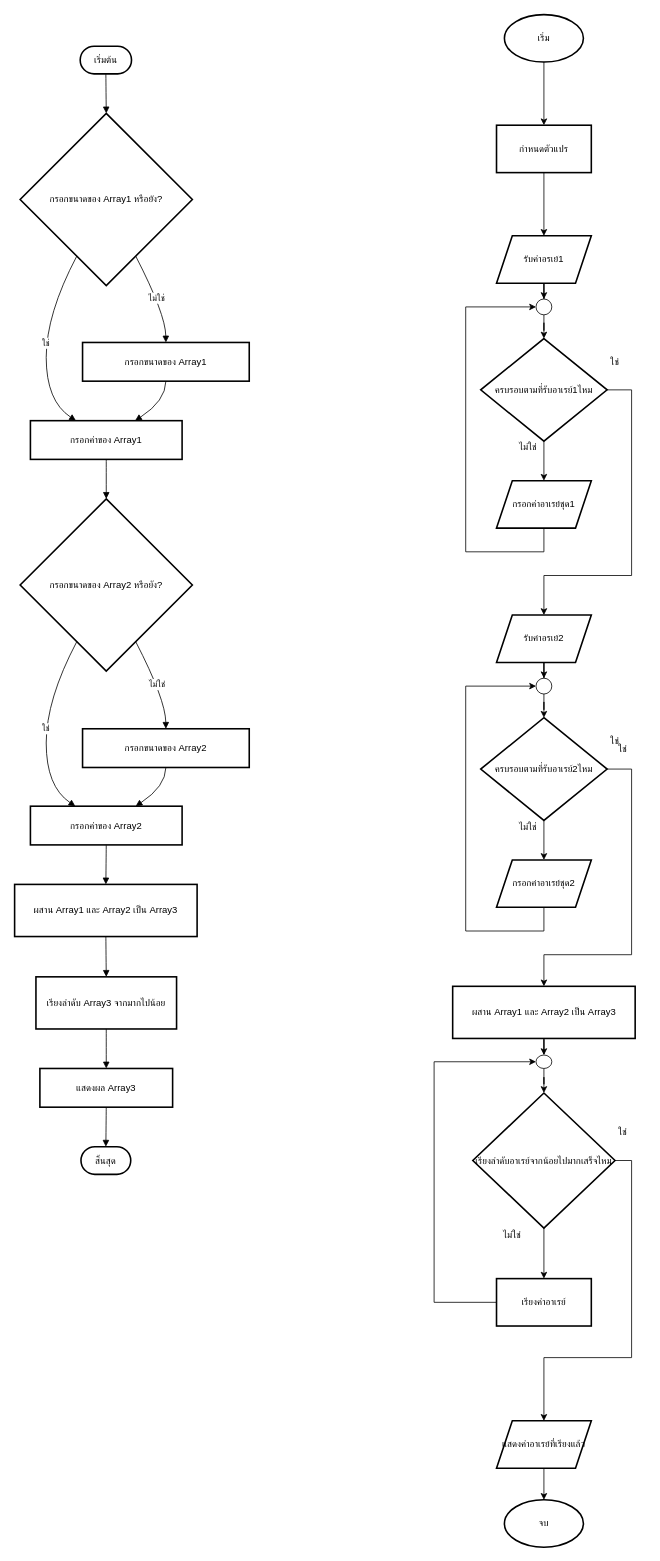
khowtung/ENGCE117 keeps this draw.io diagram as HW/HW09/HW096/HW096.drawio. Above is the earlier version. Source tidied: cells renumbered, new cells numbered last; positions are measured from the earlier drawing's top-left corner, leaving out a move shared by most shapes. Both pictures are drawn from the tidied source at 79%, with x=0, y=0 at pixel (14, 14).
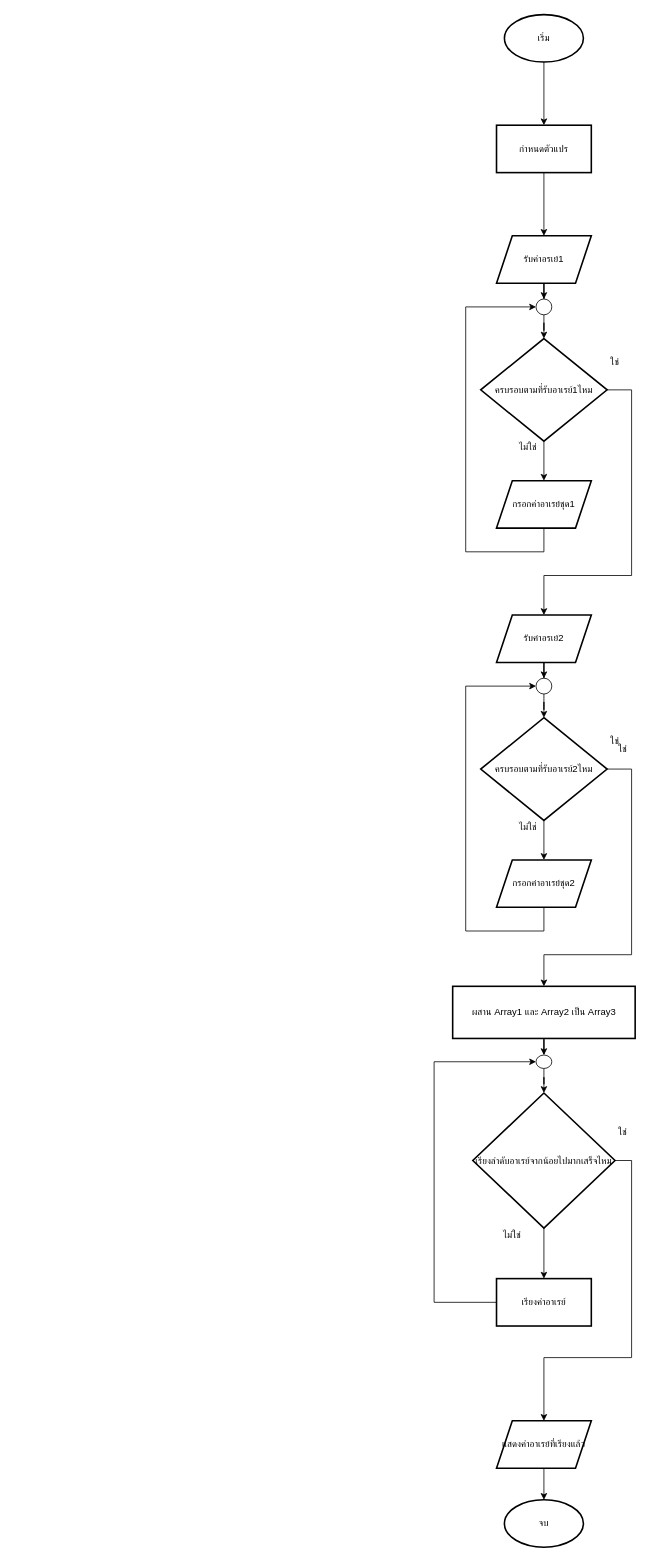
The same page after the edit.

What changed in the source:
```diff
@@
-    <mxCell id="2" value="เริ่มต้น" style="rounded=1;whiteSpace=wrap;arcSize=50;strokeWidth=2;" parent="1" vertex="1">
-      <mxGeometry x="83" y="40" width="65" height="35" as="geometry" />
-    </mxCell>
-    <mxCell id="3" value="กรอกขนาดของ Array1 หรือยัง?" style="rhombus;strokeWidth=2;whiteSpace=wrap;" parent="1" vertex="1">
-      <mxGeometry x="7" y="125" width="218" height="218" as="geometry" />
-    </mxCell>
-    <mxCell id="4" value="กรอกค่าของ Array1" style="whiteSpace=wrap;strokeWidth=2;" parent="1" vertex="1">
-      <mxGeometry x="20" y="514" width="192" height="49" as="geometry" />
-    </mxCell>
-    <mxCell id="5" value="กรอกขนาดของ Array1" style="whiteSpace=wrap;strokeWidth=2;" parent="1" vertex="1">
-      <mxGeometry x="86" y="415" width="211" height="49" as="geometry" />
-    </mxCell>
-    <mxCell id="6" value="กรอกขนาดของ Array2 หรือยัง?" style="rhombus;strokeWidth=2;whiteSpace=wrap;" parent="1" vertex="1">
-      <mxGeometry x="7" y="613" width="218" height="218" as="geometry" />
-    </mxCell>
-    <mxCell id="7" value="กรอกค่าของ Array2" style="whiteSpace=wrap;strokeWidth=2;" parent="1" vertex="1">
-      <mxGeometry x="20" y="1002" width="192" height="49" as="geometry" />
-    </mxCell>
-    <mxCell id="8" value="กรอกขนาดของ Array2" style="whiteSpace=wrap;strokeWidth=2;" parent="1" vertex="1">
-      <mxGeometry x="86" y="904" width="211" height="49" as="geometry" />
-    </mxCell>
-    <mxCell id="9" value="ผสาน Array1 และ Array2 เป็น Array3" style="whiteSpace=wrap;strokeWidth=2;" parent="1" vertex="1">
-      <mxGeometry y="1101" width="231" height="66" as="geometry" />
-    </mxCell>
-    <mxCell id="10" value="เรียงลำดับ Array3 จากมากไปน้อย" style="whiteSpace=wrap;strokeWidth=2;" parent="1" vertex="1">
-      <mxGeometry x="27" y="1218" width="178" height="66" as="geometry" />
-    </mxCell>
-    <mxCell id="11" value="แสดงผล Array3" style="whiteSpace=wrap;strokeWidth=2;" parent="1" vertex="1">
-      <mxGeometry x="32" y="1334" width="168" height="49" as="geometry" />
-    </mxCell>
-    <mxCell id="12" value="สิ้นสุด" style="rounded=1;whiteSpace=wrap;arcSize=50;strokeWidth=2;" parent="1" vertex="1">
-      <mxGeometry x="84" y="1433" width="63" height="35" as="geometry" />
-    </mxCell>
-    <mxCell id="13" style="curved=1;startArrow=none;endArrow=block;exitX=0.5;exitY=0.99;entryX=0.5;entryY=0;rounded=0;" parent="1" edge="1" source="2" target="3">
-      <mxGeometry relative="1" as="geometry" />
-    </mxCell>
-    <mxCell id="14" value="ใช่" style="curved=1;startArrow=none;endArrow=block;exitX=0.24;exitY=1;entryX=0.3;entryY=0;rounded=0;" parent="1" edge="1" source="3" target="4">
-      <mxGeometry relative="1" as="geometry">
-        <Array as="points">
-          <mxPoint x="40" y="379" />
-          <mxPoint x="40" y="489" />
-        </Array>
-      </mxGeometry>
-    </mxCell>
-    <mxCell id="15" value="ไม่ใช่" style="curved=1;startArrow=none;endArrow=block;exitX=0.76;exitY=1;entryX=0.5;entryY=0;rounded=0;" parent="1" edge="1" source="3" target="5">
-      <mxGeometry relative="1" as="geometry">
-        <Array as="points">
-          <mxPoint x="191" y="379" />
-        </Array>
-      </mxGeometry>
-    </mxCell>
-    <mxCell id="16" style="curved=1;startArrow=none;endArrow=block;exitX=0.5;exitY=1;entryX=0.69;entryY=0;rounded=0;" parent="1" edge="1" source="5" target="4">
-      <mxGeometry relative="1" as="geometry">
-        <Array as="points">
-          <mxPoint x="191" y="489" />
-        </Array>
-      </mxGeometry>
-    </mxCell>
-    <mxCell id="17" style="curved=1;startArrow=none;endArrow=block;exitX=0.5;exitY=1;entryX=0.5;entryY=0;rounded=0;" parent="1" edge="1" source="4" target="6">
-      <mxGeometry relative="1" as="geometry" />
-    </mxCell>
-    <mxCell id="18" value="ใช่" style="curved=1;startArrow=none;endArrow=block;exitX=0.24;exitY=1;entryX=0.3;entryY=0.01;rounded=0;" parent="1" edge="1" source="6" target="7">
-      <mxGeometry relative="1" as="geometry">
-        <Array as="points">
-          <mxPoint x="40" y="867" />
-          <mxPoint x="40" y="977" />
-        </Array>
-      </mxGeometry>
-    </mxCell>
-    <mxCell id="19" value="ไม่ใช่" style="curved=1;startArrow=none;endArrow=block;exitX=0.76;exitY=1;entryX=0.5;entryY=-0.01;rounded=0;" parent="1" edge="1" source="6" target="8">
-      <mxGeometry relative="1" as="geometry">
-        <Array as="points">
-          <mxPoint x="191" y="867" />
-        </Array>
-      </mxGeometry>
-    </mxCell>
-    <mxCell id="20" style="curved=1;startArrow=none;endArrow=block;exitX=0.5;exitY=0.99;entryX=0.69;entryY=0.01;rounded=0;" parent="1" edge="1" source="8" target="7">
-      <mxGeometry relative="1" as="geometry">
-        <Array as="points">
-          <mxPoint x="191" y="977" />
-        </Array>
-      </mxGeometry>
-    </mxCell>
-    <mxCell id="21" style="curved=1;startArrow=none;endArrow=block;exitX=0.5;exitY=1;entryX=0.5;entryY=0;rounded=0;" parent="1" edge="1" source="7" target="9">
-      <mxGeometry relative="1" as="geometry" />
-    </mxCell>
-    <mxCell id="22" style="curved=1;startArrow=none;endArrow=block;exitX=0.5;exitY=1.01;entryX=0.5;entryY=0;rounded=0;" parent="1" edge="1" source="9" target="10">
-      <mxGeometry relative="1" as="geometry" />
-    </mxCell>
-    <mxCell id="23" style="curved=1;startArrow=none;endArrow=block;exitX=0.5;exitY=1;entryX=0.5;entryY=0;rounded=0;" parent="1" edge="1" source="10" target="11">
-      <mxGeometry relative="1" as="geometry" />
-    </mxCell>
-    <mxCell id="24" style="curved=1;startArrow=none;endArrow=block;exitX=0.5;exitY=1;entryX=0.5;entryY=0;rounded=0;" parent="1" edge="1" source="11" target="12">
-      <mxGeometry relative="1" as="geometry" />
-    </mxCell>
```
